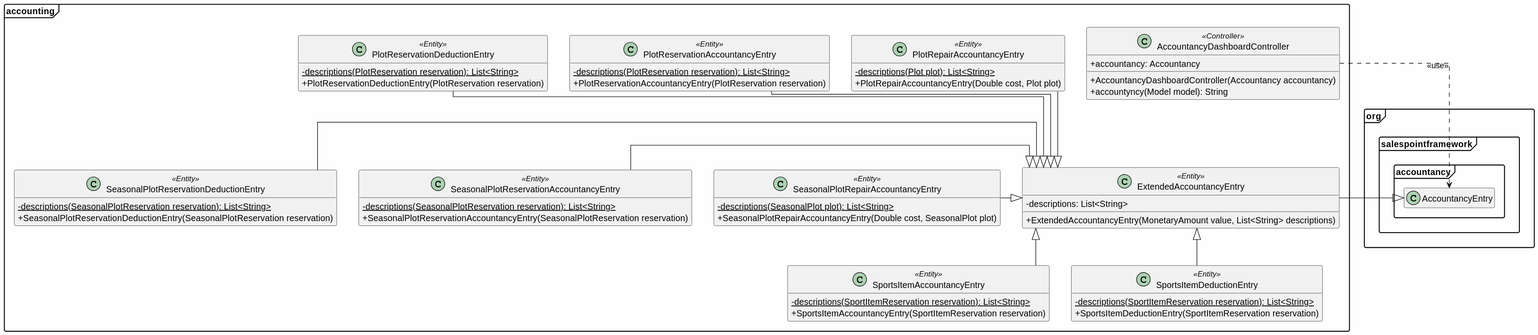
This is src/main/asciidoc/models/design/EKD_Accounting.svg from ShadowPaint-SP/Softwaretechnologieprojekt, a PlantUML export, as it was before one commit.
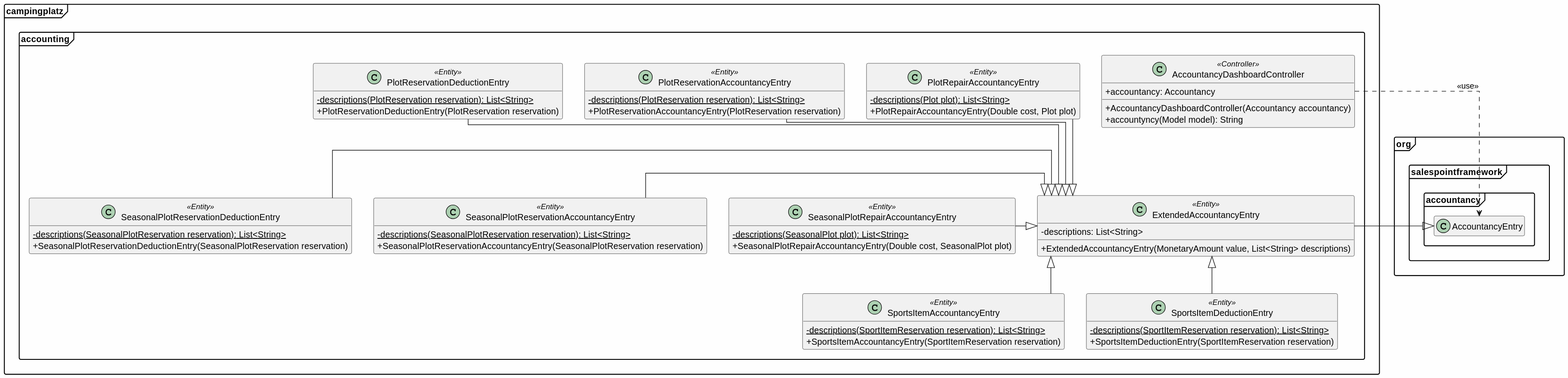
Later version of the same file.

Diff of the diagram source:
```diff
@@ -9,7 +9,7 @@
 
 class org.salespointframework.accountancy.AccountancyEntry
 
-package accounting{
+package campingplatz.accounting{
 class AccountancyDashboardController <<Controller>>{
 +accountancy: Accountancy
 +AccountancyDashboardController(Accountancy accountancy)
```
